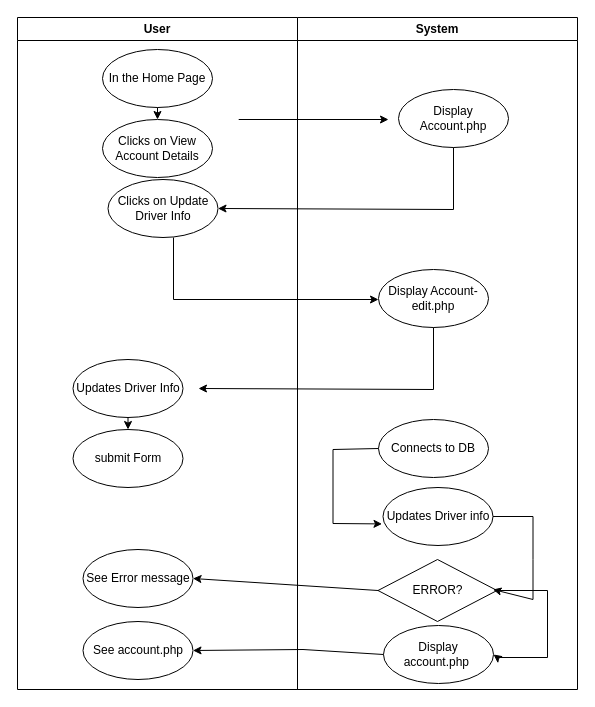
Before: Permit Add.drawio in DataWizMaster/Web-Application-Development, a draw.io diagram. Source tidied: cells renumbered, new cells numbered last; positions are measured from the earlier drawing's top-left corner, leaving out a move shared by most shapes. Both pictures are drawn from the tidied source at 100%, with x=0, y=0 at pixel (17, 17).
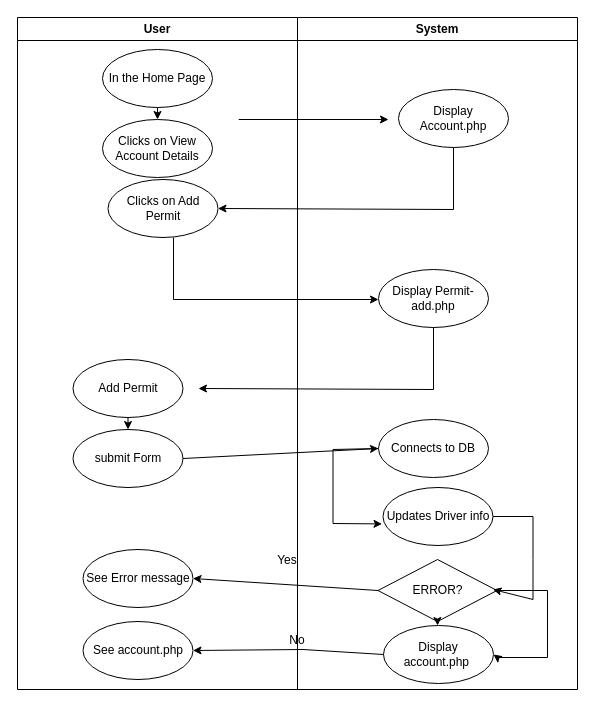
The same page after the edit.

Unchanged cells that the change refers to:
```xml
<mxCell id="8" value="System" style="swimlane;whiteSpace=wrap;" parent="1" vertex="1">
  <mxGeometry x="280" width="280" height="672" as="geometry" />
</mxCell>
<mxCell id="17" value="submit Form" style="ellipse;whiteSpace=wrap;html=1;" parent="8" vertex="1">
  <mxGeometry x="-224.5" y="412" width="110" height="58" as="geometry" />
</mxCell>
<mxCell id="18" value="Connects to&amp;nbsp;DB" style="ellipse;whiteSpace=wrap;html=1;" parent="8" vertex="1">
  <mxGeometry x="81" y="402" width="110" height="58" as="geometry" />
</mxCell>
<mxCell id="20" value="ERROR?" style="rhombus;whiteSpace=wrap;html=1;" parent="8" vertex="1">
  <mxGeometry x="80.5" y="542" width="119" height="62" as="geometry" />
</mxCell>
<mxCell id="21" value="Display account.php&amp;nbsp;" style="ellipse;whiteSpace=wrap;html=1;" parent="8" vertex="1">
  <mxGeometry x="86" y="608" width="110" height="58" as="geometry" />
</mxCell>
```

Change to the diagram source:
```diff
@@
-    <mxCell id="12" value="Clicks on Update Driver Info" style="ellipse;whiteSpace=wrap;html=1;" parent="8" vertex="1">
+    <mxCell id="12" value="Clicks on Add Permit" style="ellipse;whiteSpace=wrap;html=1;" parent="8" vertex="1">
       <mxGeometry x="-189.5" y="162" width="110" height="58" as="geometry" />
     </mxCell>
@@
-    <mxCell id="14" value="Display Account-edit.php" style="ellipse;whiteSpace=wrap;html=1;" parent="8" vertex="1">
+    <mxCell id="14" value="Display Permit-add.php" style="ellipse;whiteSpace=wrap;html=1;" parent="8" vertex="1">
       <mxGeometry x="81" y="252" width="110" height="58" as="geometry" />
     </mxCell>
@@
-    <mxCell id="16" value="Updates Driver Info" style="ellipse;whiteSpace=wrap;html=1;" parent="8" vertex="1">
+    <mxCell id="16" value="Add Permit" style="ellipse;whiteSpace=wrap;html=1;" parent="8" vertex="1">
       <mxGeometry x="-224.5" y="342" width="110" height="58" as="geometry" />
     </mxCell>
@@
+    <mxCell id="28" style="endArrow=classic;html=1;rounded=0;exitX=1;exitY=0.5;exitDx=0;exitDy=0;entryX=0;entryY=0.5;entryDx=0;entryDy=0;" parent="8" edge="1" source="17" target="18">
+      <mxGeometry relative="1" as="geometry" />
+    </mxCell>
+    <mxCell id="29" style="endArrow=classic;html=1;rounded=0;exitX=0.5;exitY=1;exitDx=0;exitDy=0;" parent="8" edge="1" source="20" target="21">
+      <mxGeometry relative="1" as="geometry" />
+    </mxCell>
+    <mxCell id="30" value="Yes" style="text;html=1;align=center;verticalAlign=middle;whiteSpace=wrap;rounded=0;" parent="8" vertex="1">
+      <mxGeometry x="-40" y="528" width="60" height="30" as="geometry" />
+    </mxCell>
+    <mxCell id="31" value="No" style="text;html=1;align=center;verticalAlign=middle;whiteSpace=wrap;rounded=0;" parent="8" vertex="1">
+      <mxGeometry x="-30" y="608" width="60" height="30" as="geometry" />
+    </mxCell>
```
